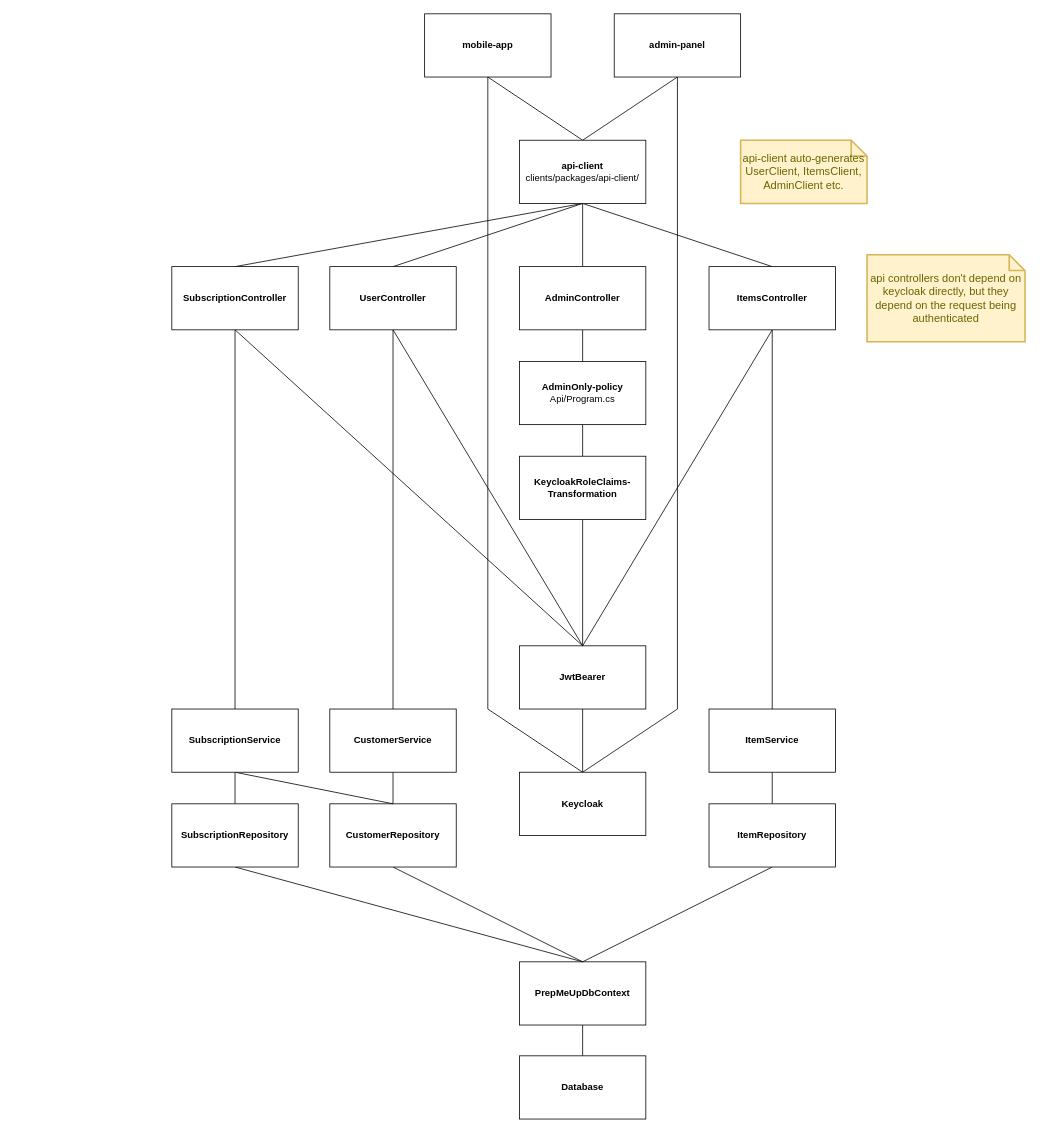
This is docs/assets/drawio/dependency-tree.drawio from Mosekjaer/prepmeup, a draw.io file, before an edit. Source tidied: cells renumbered, new cells numbered last; positions are measured from the earlier drawing's top-left corner, leaving out a move shared by most shapes. Both pictures are drawn from the tidied source at 79%, with x=0, y=0 at pixel (171, 13).
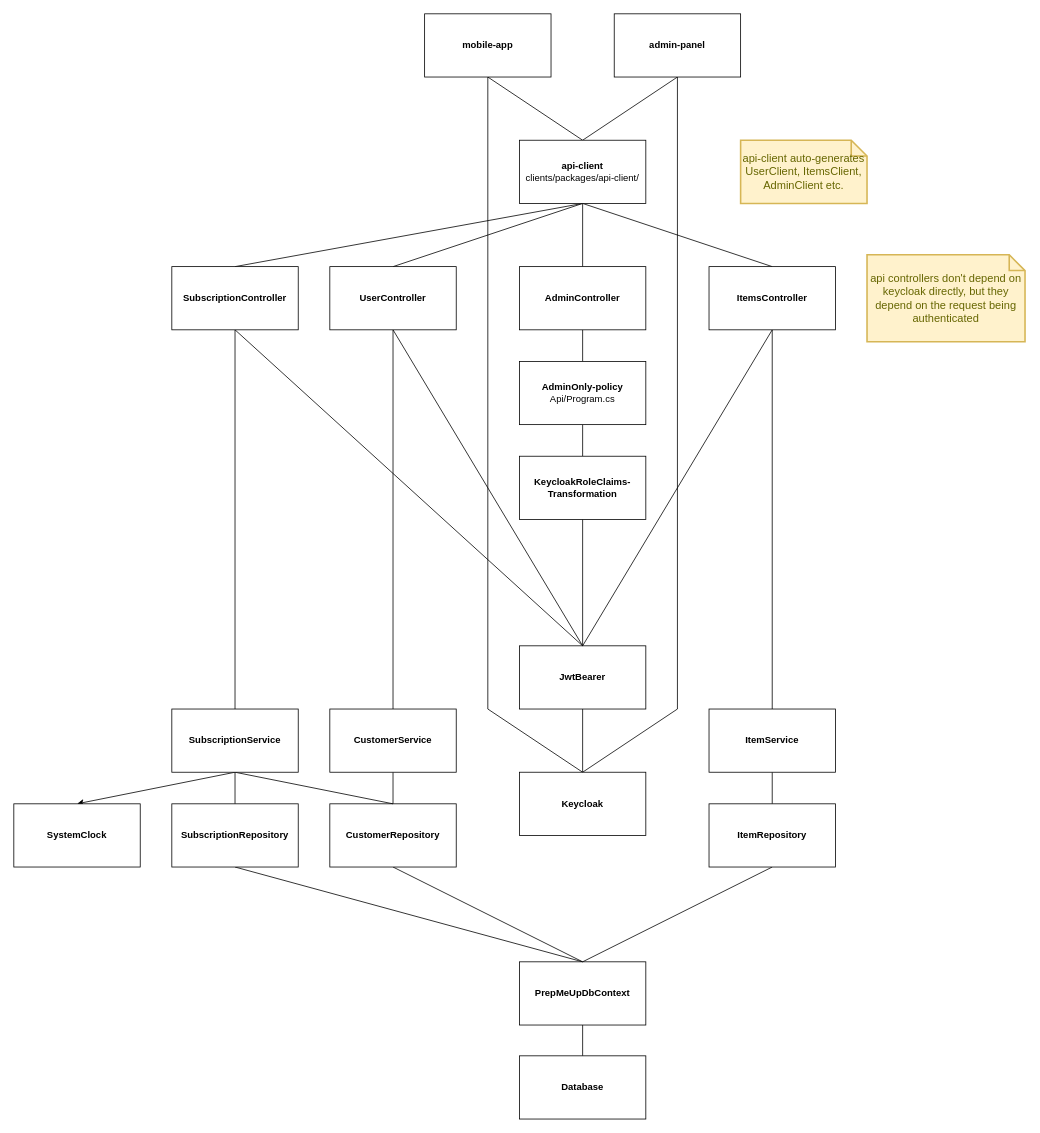
After the change.

Commit message:
docs: add SystemClock to dependency tree

Unchanged cells that the change refers to:
```xml
<mxCell id="44" value="&lt;b&gt;SubscriptionService&lt;/b&gt;" style="html=1;whiteSpace=wrap;" parent="1" vertex="1">
  <mxGeometry y="880" width="160" height="80" as="geometry" />
</mxCell>
```

Change to the diagram source:
```diff
@@
+    <mxCell id="49" style="rounded=0;jettySize=auto;html=1;exitX=0.5;exitY=1;exitDx=0;exitDy=0;entryX=0.5;entryY=0;entryDx=0;entryDy=0;defaultLabelBackgroundColor=page;" parent="1" edge="1" source="44" target="50">
+      <mxGeometry relative="1" as="geometry" />
+    </mxCell>
@@
+    <mxCell id="50" value="&lt;b&gt;SystemClock&lt;/b&gt;" style="html=1;whiteSpace=wrap;" parent="1" vertex="1">
+      <mxGeometry x="-200" y="1000" width="160" height="80" as="geometry" />
+    </mxCell>
```
